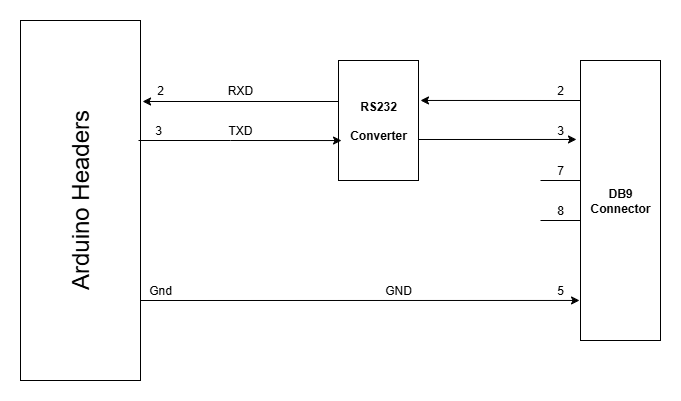
Earlier version of the draw.io export docs/RetroAV-Serial-HW-Diagram.png (dervish77/RetroAV). Source tidied: cells renumbered, new cells last; positions are measured from the earlier drawing's top-left corner, leaving out a move shared by most shapes.
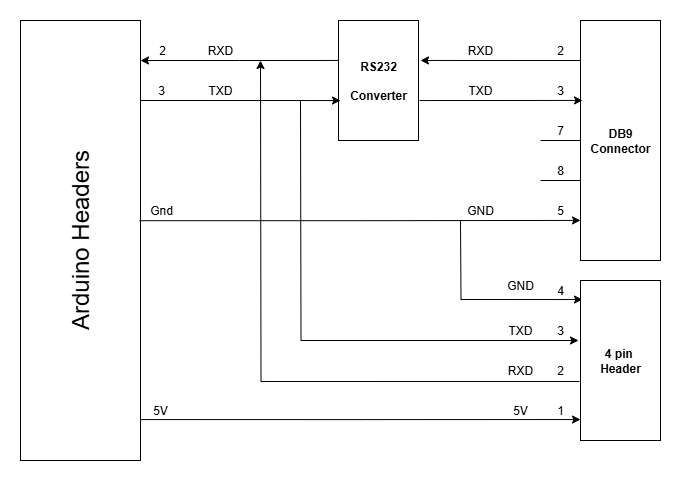
After the change.

Commit message:
modified serial diagram to include 4 pin header

Change to the diagram source:
```diff
@@ -2,102 +2,146 @@
   <root>
     <mxCell id="0" />
     <mxCell id="1" parent="0" />
-    <mxCell id="2" style="edgeStyle=orthogonalEdgeStyle;rounded=0;jettySize=auto;html=1;exitX=1;exitY=0.5;exitDx=0;exitDy=0;entryX=-0.012;entryY=0.857;entryDx=0;entryDy=0;entryPerimeter=0;" parent="1" edge="1" source="3" target="9">
-      <mxGeometry relative="1" as="geometry">
-        <Array as="points">
-          <mxPoint x="152" y="280" />
-        </Array>
-      </mxGeometry>
-    </mxCell>
     <mxCell id="3" style="rounded=0;whiteSpace=wrap;html=1;" parent="1" vertex="1">
-      <mxGeometry x="32" width="120" height="360" as="geometry" />
+      <mxGeometry x="32" y="-40" width="120" height="440" as="geometry" />
     </mxCell>
     <mxCell id="4" value="&lt;font style=&quot;font-size: 24px&quot;&gt;Arduino Headers&lt;/font&gt;" style="text;html=1;strokeColor=none;fillColor=none;align=center;verticalAlign=middle;whiteSpace=wrap;rounded=0;rotation=-90;" parent="1" vertex="1">
       <mxGeometry x="-0.5" y="170" width="185" height="20" as="geometry" />
     </mxCell>
     <mxCell id="5" value="TXD" style="text;html=1;strokeColor=none;fillColor=none;align=center;verticalAlign=middle;whiteSpace=wrap;rounded=0;" parent="1" vertex="1">
-      <mxGeometry x="232" y="100" width="40" height="20" as="geometry" />
+      <mxGeometry x="212" y="20" width="40" height="20" as="geometry" />
     </mxCell>
     <mxCell id="6" value="RXD" style="text;html=1;strokeColor=none;fillColor=none;align=center;verticalAlign=middle;whiteSpace=wrap;rounded=0;" parent="1" vertex="1">
-      <mxGeometry x="232" y="60" width="40" height="20" as="geometry" />
+      <mxGeometry x="212" y="-20" width="40" height="20" as="geometry" />
     </mxCell>
     <mxCell id="7" style="edgeStyle=orthogonalEdgeStyle;rounded=0;jettySize=auto;html=1;exitX=0;exitY=0.5;exitDx=0;exitDy=0;endArrow=none;endFill=0;" parent="1" edge="1" source="9">
       <mxGeometry relative="1" as="geometry">
-        <mxPoint x="552" y="160" as="targetPoint" />
+        <mxPoint x="552" y="80" as="targetPoint" />
         <Array as="points">
-          <mxPoint x="592" y="160" />
+          <mxPoint x="592" y="80" />
         </Array>
       </mxGeometry>
     </mxCell>
     <mxCell id="8" style="edgeStyle=orthogonalEdgeStyle;rounded=0;jettySize=auto;html=1;exitX=0;exitY=0.5;exitDx=0;exitDy=0;endArrow=none;endFill=0;" parent="1" edge="1" source="9">
       <mxGeometry relative="1" as="geometry">
-        <mxPoint x="552" y="200" as="targetPoint" />
+        <mxPoint x="552" y="120" as="targetPoint" />
         <Array as="points">
-          <mxPoint x="592" y="200" />
+          <mxPoint x="592" y="120" />
         </Array>
       </mxGeometry>
     </mxCell>
     <mxCell id="9" value="&lt;b&gt;DB9 Connector&lt;/b&gt;" style="rounded=0;whiteSpace=wrap;html=1;" parent="1" vertex="1">
-      <mxGeometry x="592" y="40" width="80" height="280" as="geometry" />
+      <mxGeometry x="592" y="-40" width="80" height="240" as="geometry" />
     </mxCell>
     <mxCell id="10" value="GND" style="text;html=1;strokeColor=none;fillColor=none;align=center;verticalAlign=middle;whiteSpace=wrap;rounded=0;" parent="1" vertex="1">
-      <mxGeometry x="390" y="260" width="40" height="20" as="geometry" />
+      <mxGeometry x="512" y="215" width="40" height="20" as="geometry" />
     </mxCell>
     <mxCell id="11" value="2" style="text;html=1;strokeColor=none;fillColor=none;align=center;verticalAlign=middle;whiteSpace=wrap;rounded=0;" parent="1" vertex="1">
-      <mxGeometry x="152" y="60" width="40" height="20" as="geometry" />
+      <mxGeometry x="154" y="-20" width="40" height="20" as="geometry" />
     </mxCell>
     <mxCell id="12" value="3" style="text;html=1;strokeColor=none;fillColor=none;align=center;verticalAlign=middle;whiteSpace=wrap;rounded=0;" parent="1" vertex="1">
-      <mxGeometry x="150" y="100" width="40" height="20" as="geometry" />
+      <mxGeometry x="153" y="20" width="40" height="20" as="geometry" />
     </mxCell>
     <mxCell id="13" value="Gnd" style="text;html=1;strokeColor=none;fillColor=none;align=center;verticalAlign=middle;whiteSpace=wrap;rounded=0;" parent="1" vertex="1">
-      <mxGeometry x="152" y="260" width="40" height="20" as="geometry" />
+      <mxGeometry x="153" y="140" width="40" height="20" as="geometry" />
     </mxCell>
     <mxCell id="14" value="2" style="text;html=1;strokeColor=none;fillColor=none;align=center;verticalAlign=middle;whiteSpace=wrap;rounded=0;" parent="1" vertex="1">
-      <mxGeometry x="552" y="60" width="40" height="20" as="geometry" />
+      <mxGeometry x="552" y="-20" width="40" height="20" as="geometry" />
     </mxCell>
     <mxCell id="15" value="3" style="text;html=1;strokeColor=none;fillColor=none;align=center;verticalAlign=middle;whiteSpace=wrap;rounded=0;" parent="1" vertex="1">
-      <mxGeometry x="552" y="100" width="40" height="20" as="geometry" />
+      <mxGeometry x="552" y="20" width="40" height="20" as="geometry" />
     </mxCell>
     <mxCell id="16" value="7" style="text;html=1;strokeColor=none;fillColor=none;align=center;verticalAlign=middle;whiteSpace=wrap;rounded=0;" parent="1" vertex="1">
-      <mxGeometry x="552" y="140" width="40" height="20" as="geometry" />
+      <mxGeometry x="552" y="60" width="40" height="20" as="geometry" />
     </mxCell>
     <mxCell id="17" value="8" style="text;html=1;strokeColor=none;fillColor=none;align=center;verticalAlign=middle;whiteSpace=wrap;rounded=0;" parent="1" vertex="1">
-      <mxGeometry x="552" y="180" width="40" height="20" as="geometry" />
+      <mxGeometry x="552" y="100" width="40" height="20" as="geometry" />
     </mxCell>
     <mxCell id="18" value="5" style="text;html=1;strokeColor=none;fillColor=none;align=center;verticalAlign=middle;whiteSpace=wrap;rounded=0;" parent="1" vertex="1">
-      <mxGeometry x="552" y="260" width="40" height="20" as="geometry" />
+      <mxGeometry x="552" y="140" width="40" height="20" as="geometry" />
     </mxCell>
-    <mxCell id="19" style="edgeStyle=orthogonalEdgeStyle;rounded=0;jettySize=auto;html=1;exitX=0;exitY=0.25;exitDx=0;exitDy=0;entryX=1.017;entryY=0.225;entryDx=0;entryDy=0;entryPerimeter=0;" parent="1" edge="1" source="20" target="3">
-      <mxGeometry relative="1" as="geometry">
-        <Array as="points">
-          <mxPoint x="350" y="81" />
-        </Array>
-      </mxGeometry>
-    </mxCell>
     <mxCell id="20" value="&lt;b&gt;RS232&lt;/b&gt;&lt;div&gt;&lt;b&gt;&lt;br&gt;&lt;/b&gt;&lt;div&gt;&lt;b&gt;Converter&lt;/b&gt;&lt;/div&gt;&lt;/div&gt;" style="rounded=0;whiteSpace=wrap;html=1;" parent="1" vertex="1">
-      <mxGeometry x="350" y="40" width="80" height="120" as="geometry" />
+      <mxGeometry x="350" y="-40" width="80" height="120" as="geometry" />
     </mxCell>
-    <mxCell id="21" style="edgeStyle=orthogonalEdgeStyle;rounded=0;jettySize=auto;html=1;exitX=0;exitY=1;exitDx=0;exitDy=0;entryX=0.038;entryY=0.667;entryDx=0;entryDy=0;entryPerimeter=0;" parent="1" edge="1" source="12" target="20">
-      <mxGeometry relative="1" as="geometry">
-        <Array as="points">
-          <mxPoint x="242" y="120" />
-          <mxPoint x="242" y="120" />
-        </Array>
-      </mxGeometry>
-    </mxCell>
     <mxCell id="22" style="edgeStyle=orthogonalEdgeStyle;rounded=0;jettySize=auto;html=1;exitX=0;exitY=0.25;exitDx=0;exitDy=0;entryX=1.025;entryY=0.333;entryDx=0;entryDy=0;entryPerimeter=0;" parent="1" edge="1" source="9" target="20">
       <mxGeometry relative="1" as="geometry">
         <Array as="points">
-          <mxPoint x="592" y="80" />
+          <mxPoint x="592" />
         </Array>
       </mxGeometry>
     </mxCell>
+    <mxCell id="24" style="edgeStyle=orthogonalEdgeStyle;rounded=0;jettySize=auto;html=1;entryX=0.025;entryY=0.667;entryDx=0;entryDy=0;entryPerimeter=0;" parent="1" edge="1" target="20">
+      <mxGeometry relative="1" as="geometry">
+        <mxPoint x="152" y="60" as="sourcePoint" />
+        <Array as="points">
+          <mxPoint x="152" y="40" />
+        </Array>
+      </mxGeometry>
+    </mxCell>
+    <mxCell id="25" style="edgeStyle=orthogonalEdgeStyle;rounded=0;jettySize=auto;html=1;exitX=0;exitY=0.333;exitDx=0;exitDy=0;exitPerimeter=0;" parent="1" edge="1" source="20">
+      <mxGeometry relative="1" as="geometry">
+        <mxPoint x="152" as="targetPoint" />
+      </mxGeometry>
+    </mxCell>
-    <mxCell id="23" style="edgeStyle=orthogonalEdgeStyle;rounded=0;jettySize=auto;html=1;exitX=1;exitY=0.75;exitDx=0;exitDy=0;entryX=-0.05;entryY=0.282;entryDx=0;entryDy=0;entryPerimeter=0;" parent="1" edge="1" source="20" target="9">
-      <mxGeometry relative="1" as="geometry">
-        <Array as="points">
-          <mxPoint x="430" y="119" />
-        </Array>
-      </mxGeometry>
+    <mxCell id="23" style="edgeStyle=orthogonalEdgeStyle;rounded=0;jettySize=auto;html=1;exitX=1.013;exitY=0.667;exitDx=0;exitDy=0;entryX=0.025;entryY=0.333;entryDx=0;entryDy=0;entryPerimeter=0;exitPerimeter=0;" parent="1" edge="1" source="20" target="9">
+      <mxGeometry relative="1" as="geometry" />
     </mxCell>
+    <mxCell id="26" style="edgeStyle=orthogonalEdgeStyle;rounded=0;jettySize=auto;html=1;exitX=0.025;exitY=0.119;exitDx=0;exitDy=0;endArrow=none;endFill=0;startArrow=classic;startFill=1;exitPerimeter=0;" parent="1" edge="1" source="29">
+      <mxGeometry relative="1" as="geometry">
+        <mxPoint x="472" y="160" as="targetPoint" />
+      </mxGeometry>
+    </mxCell>
+    <mxCell id="27" style="edgeStyle=orthogonalEdgeStyle;rounded=0;jettySize=auto;html=1;exitX=-0.025;exitY=0.375;exitDx=0;exitDy=0;exitPerimeter=0;endArrow=none;endFill=0;startArrow=classic;startFill=1;" parent="1" edge="1" source="29">
+      <mxGeometry relative="1" as="geometry">
+        <mxPoint x="312" y="40" as="targetPoint" />
+      </mxGeometry>
+    </mxCell>
+    <mxCell id="28" style="edgeStyle=orthogonalEdgeStyle;rounded=0;jettySize=auto;html=1;exitX=-0.012;exitY=0.631;exitDx=0;exitDy=0;exitPerimeter=0;" parent="1" edge="1" source="29">
+      <mxGeometry relative="1" as="geometry">
+        <mxPoint x="272" as="targetPoint" />
+      </mxGeometry>
+    </mxCell>
+    <mxCell id="29" value="&lt;b&gt;4 pin&amp;nbsp;&lt;/b&gt;&lt;div&gt;&lt;b&gt;Header&lt;/b&gt;&lt;/div&gt;" style="rounded=0;whiteSpace=wrap;html=1;" parent="1" vertex="1">
+      <mxGeometry x="592" y="220" width="80" height="160" as="geometry" />
+    </mxCell>
+    <mxCell id="2" style="edgeStyle=orthogonalEdgeStyle;rounded=0;jettySize=auto;html=1;exitX=0.992;exitY=0.455;exitDx=0;exitDy=0;entryX=0;entryY=0.833;entryDx=0;entryDy=0;entryPerimeter=0;exitPerimeter=0;" parent="1" edge="1" source="3" target="9">
+      <mxGeometry relative="1" as="geometry" />
+    </mxCell>
+    <mxCell id="30" style="edgeStyle=orthogonalEdgeStyle;rounded=0;jettySize=auto;html=1;exitX=1;exitY=0.907;exitDx=0;exitDy=0;entryX=0;entryY=0.869;entryDx=0;entryDy=0;entryPerimeter=0;exitPerimeter=0;" parent="1" edge="1" source="3" target="29">
+      <mxGeometry relative="1" as="geometry" />
+    </mxCell>
+    <mxCell id="31" value="5V" style="text;html=1;strokeColor=none;fillColor=none;align=center;verticalAlign=middle;whiteSpace=wrap;rounded=0;" parent="1" vertex="1">
+      <mxGeometry x="152" y="340" width="40" height="20" as="geometry" />
+    </mxCell>
+    <mxCell id="32" value="1" style="text;html=1;strokeColor=none;fillColor=none;align=center;verticalAlign=middle;whiteSpace=wrap;rounded=0;" parent="1" vertex="1">
+      <mxGeometry x="552" y="340" width="40" height="20" as="geometry" />
+    </mxCell>
+    <mxCell id="33" value="2" style="text;html=1;strokeColor=none;fillColor=none;align=center;verticalAlign=middle;whiteSpace=wrap;rounded=0;" parent="1" vertex="1">
+      <mxGeometry x="552" y="300" width="40" height="20" as="geometry" />
+    </mxCell>
+    <mxCell id="34" value="3" style="text;html=1;strokeColor=none;fillColor=none;align=center;verticalAlign=middle;whiteSpace=wrap;rounded=0;" parent="1" vertex="1">
+      <mxGeometry x="552" y="260" width="40" height="20" as="geometry" />
+    </mxCell>
+    <mxCell id="35" value="4" style="text;html=1;strokeColor=none;fillColor=none;align=center;verticalAlign=middle;whiteSpace=wrap;rounded=0;" parent="1" vertex="1">
+      <mxGeometry x="552" y="220" width="40" height="20" as="geometry" />
+    </mxCell>
+    <mxCell id="36" value="RXD" style="text;html=1;strokeColor=none;fillColor=none;align=center;verticalAlign=middle;whiteSpace=wrap;rounded=0;" parent="1" vertex="1">
+      <mxGeometry x="472" y="-20" width="40" height="20" as="geometry" />
+    </mxCell>
+    <mxCell id="37" value="TXD" style="text;html=1;strokeColor=none;fillColor=none;align=center;verticalAlign=middle;whiteSpace=wrap;rounded=0;" parent="1" vertex="1">
+      <mxGeometry x="472" y="20" width="40" height="20" as="geometry" />
+    </mxCell>
+    <mxCell id="38" value="TXD" style="text;html=1;strokeColor=none;fillColor=none;align=center;verticalAlign=middle;whiteSpace=wrap;rounded=0;" parent="1" vertex="1">
+      <mxGeometry x="512" y="260" width="40" height="20" as="geometry" />
+    </mxCell>
+    <mxCell id="39" value="RXD" style="text;html=1;strokeColor=none;fillColor=none;align=center;verticalAlign=middle;whiteSpace=wrap;rounded=0;" parent="1" vertex="1">
+      <mxGeometry x="512" y="300" width="40" height="20" as="geometry" />
+    </mxCell>
+    <mxCell id="40" value="5V" style="text;html=1;strokeColor=none;fillColor=none;align=center;verticalAlign=middle;whiteSpace=wrap;rounded=0;" parent="1" vertex="1">
+      <mxGeometry x="512" y="340" width="40" height="20" as="geometry" />
+    </mxCell>
+    <mxCell id="41" value="GND" style="text;html=1;strokeColor=none;fillColor=none;align=center;verticalAlign=middle;whiteSpace=wrap;rounded=0;" parent="1" vertex="1">
+      <mxGeometry x="472" y="140" width="40" height="20" as="geometry" />
+    </mxCell>
   </root>
 </mxGraphModel>
```
